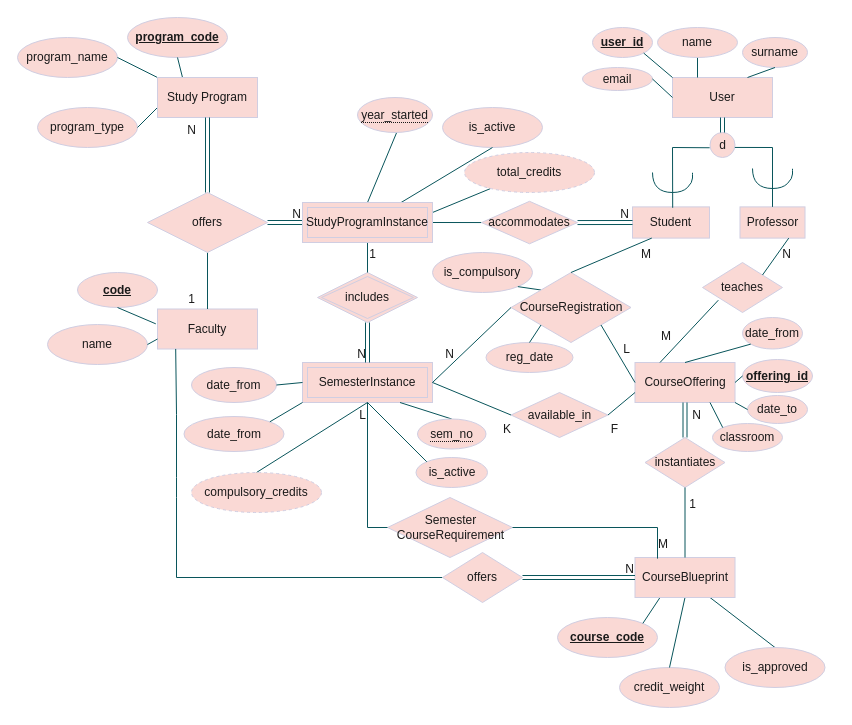
This is DBschema.drawio from dmitru4ok/course-management, a draw.io file, before an edit. Source tidied: cells renumbered, new cells numbered last; positions are measured from the earlier drawing's top-left corner, leaving out a move shared by most shapes. Both pictures are drawn from the tidied source at 100%, with x=0, y=0 at pixel (17, 17).
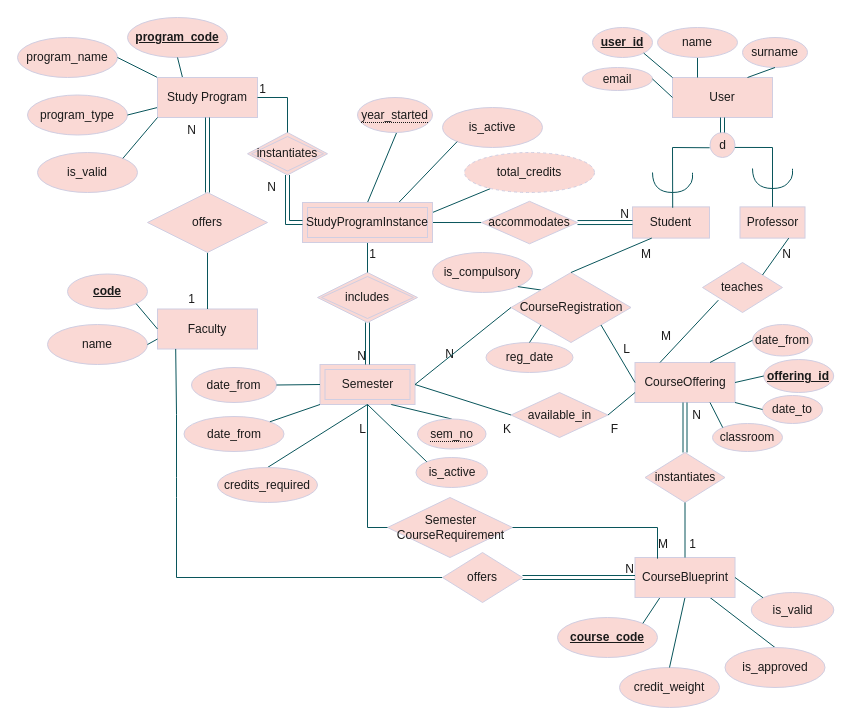
The same diagram, later.

The change refers to these unchanged cells:
```xml
<mxCell id="2" value="Faculty" style="whiteSpace=wrap;html=1;align=center;labelBackgroundColor=none;fillColor=#FAD9D5;strokeColor=#D0CEE2;fontColor=#1A1A1A;" parent="1" vertex="1">
  <mxGeometry x="140" y="291.5" width="100" height="40" as="geometry" />
</mxCell>
<mxCell id="9" value="offers" style="shape=rhombus;perimeter=rhombusPerimeter;whiteSpace=wrap;html=1;align=center;labelBackgroundColor=none;fillColor=#FAD9D5;strokeColor=#D0CEE2;fontColor=#1A1A1A;" parent="1" vertex="1">
  <mxGeometry x="130" y="175" width="120" height="60" as="geometry" />
</mxCell>
<mxCell id="16" value="CourseOffering" style="whiteSpace=wrap;html=1;align=center;labelBackgroundColor=none;fillColor=#FAD9D5;strokeColor=#D0CEE2;fontColor=#1A1A1A;" parent="1" vertex="1">
  <mxGeometry x="617.5" y="345" width="100" height="40" as="geometry" />
</mxCell>
<mxCell id="42" value="is_active" style="ellipse;whiteSpace=wrap;html=1;align=center;labelBackgroundColor=none;fillColor=#FAD9D5;strokeColor=#D0CEE2;fontColor=#1A1A1A;" parent="1" vertex="1">
  <mxGeometry x="425" y="90" width="100" height="40" as="geometry" />
</mxCell>
<mxCell id="55" value="CourseBlueprint" style="whiteSpace=wrap;html=1;align=center;labelBackgroundColor=none;fillColor=#FAD9D5;strokeColor=#D0CEE2;fontColor=#1A1A1A;" parent="1" vertex="1">
  <mxGeometry x="617.5" y="540" width="100" height="40" as="geometry" />
</mxCell>
<mxCell id="107" value="Study Program" style="whiteSpace=wrap;html=1;align=center;labelBackgroundColor=none;fillColor=#FAD9D5;strokeColor=#D0CEE2;fontColor=#1A1A1A;" parent="1" vertex="1">
  <mxGeometry x="140" y="60" width="100" height="40" as="geometry" />
</mxCell>
<mxCell id="110" value="StudyProgramInstance" style="shape=ext;margin=3;double=1;whiteSpace=wrap;html=1;align=center;labelBackgroundColor=none;fillColor=#FAD9D5;strokeColor=#D0CEE2;fontColor=#1A1A1A;" parent="1" vertex="1">
  <mxGeometry x="285" y="185" width="130" height="40" as="geometry" />
</mxCell>
```

The edit, as a diff of the source:
```diff
@@
     <mxCell id="3" value="&lt;b&gt;code&lt;/b&gt;" style="ellipse;whiteSpace=wrap;html=1;align=center;fontStyle=4;labelBackgroundColor=none;fillColor=#FAD9D5;strokeColor=#D0CEE2;fontColor=#1A1A1A;" parent="1" vertex="1">
-      <mxGeometry x="60" y="255" width="80" height="35" as="geometry" />
+      <mxGeometry x="50" y="256.5" width="80" height="35" as="geometry" />
     </mxCell>
-    <mxCell id="4" style="endArrow=none;html=1;rounded=0;exitX=0.5;exitY=1;exitDx=0;exitDy=0;labelBackgroundColor=none;fontColor=default;strokeColor=#09555B;entryX=-0.017;entryY=0.371;entryDx=0;entryDy=0;entryPerimeter=0;" parent="1" edge="1" source="3" target="2">
+    <mxCell id="4" style="endArrow=none;html=1;rounded=0;exitX=1;exitY=1;exitDx=0;exitDy=0;labelBackgroundColor=none;fontColor=default;strokeColor=#09555B;entryX=0;entryY=0.5;entryDx=0;entryDy=0;" parent="1" edge="1" source="3" target="2">
       <mxGeometry relative="1" as="geometry" />
     </mxCell>
-    <mxCell id="5" style="shape=link;html=1;rounded=0;exitX=1;exitY=0.5;exitDx=0;exitDy=0;entryX=0;entryY=0.5;entryDx=0;entryDy=0;labelBackgroundColor=none;fontColor=default;strokeColor=#09555B;" parent="1" edge="1" source="9" target="110">
-      <mxGeometry relative="1" as="geometry" />
-    </mxCell>
-    <mxCell id="6" value="N" style="html=1;whiteSpace=wrap;align=right;verticalAlign=bottom;labelBackgroundColor=none;fillColor=#FAD9D5;strokeColor=#D0CEE2;fontColor=#1A1A1A;" parent="5" vertex="1">
-      <mxGeometry x="1" relative="1" as="geometry" />
-    </mxCell>
@@
-    <mxCell id="10" value="SemesterInstance" style="shape=ext;margin=3;double=1;whiteSpace=wrap;html=1;align=center;labelBackgroundColor=none;fillColor=#FAD9D5;strokeColor=#D0CEE2;fontColor=#1A1A1A;" parent="1" vertex="1">
-      <mxGeometry x="285" y="345" width="130" height="40" as="geometry" />
+    <mxCell id="10" value="Semester" style="shape=ext;margin=3;double=1;whiteSpace=wrap;html=1;align=center;labelBackgroundColor=none;fillColor=#FAD9D5;strokeColor=#D0CEE2;fontColor=#1A1A1A;" parent="1" vertex="1">
+      <mxGeometry x="302.5" y="347" width="95" height="40" as="geometry" />
     </mxCell>
@@
-    <mxCell id="21" style="endArrow=none;html=1;rounded=0;exitX=0.5;exitY=0;exitDx=0;exitDy=0;entryX=0.5;entryY=1;entryDx=0;entryDy=0;labelBackgroundColor=none;fontColor=default;strokeColor=#09555B;" parent="1" edge="1" source="24" target="10">
+    <mxCell id="21" style="endArrow=none;html=1;rounded=0;exitX=0.5;exitY=0;exitDx=0;exitDy=0;entryX=0.5;entryY=1;entryDx=0;entryDy=0;labelBackgroundColor=none;fontColor=default;strokeColor=#09555B;" parent="1" edge="1" source="121" target="10">
       <mxGeometry relative="1" as="geometry" />
     </mxCell>
@@
-    <mxCell id="24" value="compulsory_credits" style="ellipse;whiteSpace=wrap;html=1;align=center;dashed=1;labelBackgroundColor=none;fillColor=#FAD9D5;strokeColor=#D0CEE2;fontColor=#1A1A1A;" parent="1" vertex="1">
-      <mxGeometry x="174" y="455" width="130" height="40" as="geometry" />
-    </mxCell>
@@
-    <mxCell id="43" style="endArrow=none;html=1;rounded=0;exitX=0.5;exitY=1;exitDx=0;exitDy=0;entryX=0.716;entryY=0.083;entryDx=0;entryDy=0;labelBackgroundColor=none;fontColor=default;strokeColor=#09555B;entryPerimeter=0;" parent="1" edge="1" source="42" target="110">
+    <mxCell id="43" style="endArrow=none;html=1;rounded=0;exitX=0;exitY=1;exitDx=0;exitDy=0;entryX=0.716;entryY=0.083;entryDx=0;entryDy=0;labelBackgroundColor=none;fontColor=default;strokeColor=#09555B;entryPerimeter=0;" parent="1" edge="1" source="42" target="110">
       <mxGeometry relative="1" as="geometry" />
     </mxCell>
@@
     <mxCell id="59" value="instantiates" style="shape=rhombus;perimeter=rhombusPerimeter;whiteSpace=wrap;html=1;align=center;labelBackgroundColor=none;fillColor=#FAD9D5;strokeColor=#D0CEE2;fontColor=#1A1A1A;" parent="1" vertex="1">
-      <mxGeometry x="627.5" y="420" width="80" height="50" as="geometry" />
+      <mxGeometry x="627.5" y="435" width="80" height="50" as="geometry" />
     </mxCell>
@@
     <mxCell id="68" value="1" style="html=1;whiteSpace=wrap;align=right;verticalAlign=bottom;labelBackgroundColor=none;fillColor=#FAD9D5;strokeColor=#D0CEE2;fontColor=#1A1A1A;" parent="1" vertex="1">
-      <mxGeometry x="680" y="495" as="geometry" />
+      <mxGeometry x="680" y="535" as="geometry" />
     </mxCell>
     <mxCell id="69" value="date_from" style="ellipse;whiteSpace=wrap;html=1;align=center;labelBackgroundColor=none;fillColor=#FAD9D5;strokeColor=#D0CEE2;fontColor=#1A1A1A;" parent="1" vertex="1">
-      <mxGeometry x="725" y="300" width="60" height="31.5" as="geometry" />
+      <mxGeometry x="735" y="307" width="60" height="31.5" as="geometry" />
     </mxCell>
     <mxCell id="70" value="date_to" style="ellipse;whiteSpace=wrap;html=1;align=center;labelBackgroundColor=none;fillColor=#FAD9D5;strokeColor=#D0CEE2;fontColor=#1A1A1A;" parent="1" vertex="1">
-      <mxGeometry x="730" y="378" width="60" height="28" as="geometry" />
+      <mxGeometry x="745" y="378" width="60" height="28" as="geometry" />
     </mxCell>
@@
-    <mxCell id="72" style="endArrow=none;html=1;rounded=0;exitX=0;exitY=1;exitDx=0;exitDy=0;entryX=0.5;entryY=0;entryDx=0;entryDy=0;labelBackgroundColor=none;fontColor=default;strokeColor=#09555B;" parent="1" edge="1" source="69" target="16">
+    <mxCell id="72" style="endArrow=none;html=1;rounded=0;exitX=0;exitY=0.5;exitDx=0;exitDy=0;entryX=0.75;entryY=0;entryDx=0;entryDy=0;labelBackgroundColor=none;fontColor=default;strokeColor=#09555B;" parent="1" edge="1" source="69" target="16">
       <mxGeometry relative="1" as="geometry" />
     </mxCell>
@@
     <mxCell id="75" value="&lt;b&gt;offering_id&lt;/b&gt;" style="ellipse;whiteSpace=wrap;html=1;align=center;fontStyle=4;labelBackgroundColor=none;fillColor=#FAD9D5;strokeColor=#D0CEE2;fontColor=#1A1A1A;" parent="1" vertex="1">
-      <mxGeometry x="725" y="342" width="70" height="33" as="geometry" />
+      <mxGeometry x="746.2" y="342" width="70" height="33" as="geometry" />
     </mxCell>
@@
     <mxCell id="90" value="program_type" style="ellipse;whiteSpace=wrap;html=1;align=center;labelBackgroundColor=none;fillColor=#FAD9D5;strokeColor=#D0CEE2;fontColor=#1A1A1A;" parent="1" vertex="1">
-      <mxGeometry x="20" y="90" width="100" height="40" as="geometry" />
+      <mxGeometry x="10" y="77.5" width="100" height="40" as="geometry" />
     </mxCell>
@@
     <mxCell id="116" value="L" style="html=1;whiteSpace=wrap;align=right;verticalAlign=bottom;labelBackgroundColor=none;fillColor=#FAD9D5;strokeColor=#D0CEE2;fontColor=#1A1A1A;" parent="1" vertex="1">
-      <mxGeometry x="350" y="406" as="geometry" />
+      <mxGeometry x="350" y="420" as="geometry" />
     </mxCell>
+    <mxCell id="117" value="instantiates" style="shape=rhombus;double=1;perimeter=rhombusPerimeter;whiteSpace=wrap;html=1;align=center;labelBackgroundColor=none;fillColor=#FAD9D5;strokeColor=#D0CEE2;fontColor=#1A1A1A;" parent="1" vertex="1">
+      <mxGeometry x="230" y="115" width="80" height="42.5" as="geometry" />
+    </mxCell>
+    <mxCell id="118" style="endArrow=none;html=1;rounded=0;entryX=0.5;entryY=0;entryDx=0;entryDy=0;exitX=1;exitY=0.5;exitDx=0;exitDy=0;labelBackgroundColor=none;fontColor=default;strokeColor=#09555B;" parent="1" edge="1" source="107" target="117">
+      <mxGeometry relative="1" as="geometry">
+        <Array as="points">
+          <mxPoint x="270" y="80" />
+        </Array>
+      </mxGeometry>
+    </mxCell>
+    <mxCell id="119" style="shape=link;html=1;rounded=0;exitX=0;exitY=0.5;exitDx=0;exitDy=0;entryX=0.5;entryY=1;entryDx=0;entryDy=0;labelBackgroundColor=none;fontColor=default;strokeColor=#09555B;" parent="1" edge="1" source="110" target="117">
+      <mxGeometry relative="1" as="geometry">
+        <Array as="points">
+          <mxPoint x="270" y="205" />
+        </Array>
+      </mxGeometry>
+    </mxCell>
+    <mxCell id="6" value="N" style="html=1;whiteSpace=wrap;align=right;verticalAlign=bottom;labelBackgroundColor=none;fillColor=#FAD9D5;strokeColor=#D0CEE2;fontColor=#1A1A1A;" parent="119" vertex="1">
+      <mxGeometry x="1" relative="1" as="geometry">
+        <mxPoint x="-10" y="21" as="offset" />
+      </mxGeometry>
+    </mxCell>
+    <mxCell id="120" value="1" style="html=1;whiteSpace=wrap;align=right;verticalAlign=bottom;labelBackgroundColor=none;fillColor=#FAD9D5;strokeColor=#D0CEE2;fontColor=#1A1A1A;" parent="1" vertex="1">
+      <mxGeometry x="250" y="80" as="geometry" />
+    </mxCell>
+    <mxCell id="121" value="credits_required" style="ellipse;whiteSpace=wrap;html=1;align=center;labelBackgroundColor=none;fillColor=#FAD9D5;strokeColor=#D0CEE2;fontColor=#1A1A1A;" parent="1" vertex="1">
+      <mxGeometry x="200" y="450" width="100" height="35" as="geometry" />
+    </mxCell>
+    <mxCell id="122" value="is_valid" style="ellipse;whiteSpace=wrap;html=1;align=center;labelBackgroundColor=none;fillColor=#FAD9D5;strokeColor=#D0CEE2;fontColor=#1A1A1A;" parent="1" vertex="1">
+      <mxGeometry x="733.8" y="575" width="82.5" height="35" as="geometry" />
+    </mxCell>
+    <mxCell id="123" style="endArrow=none;html=1;rounded=0;exitX=0;exitY=0;exitDx=0;exitDy=0;entryX=1;entryY=0.5;entryDx=0;entryDy=0;labelBackgroundColor=none;fontColor=default;strokeColor=#09555B;" parent="1" edge="1" source="122" target="55">
+      <mxGeometry relative="1" as="geometry" />
+    </mxCell>
+    <mxCell id="124" value="is_valid" style="ellipse;whiteSpace=wrap;html=1;align=center;labelBackgroundColor=none;fillColor=#FAD9D5;strokeColor=#D0CEE2;fontColor=#1A1A1A;" parent="1" vertex="1">
+      <mxGeometry x="20" y="135" width="100" height="40" as="geometry" />
+    </mxCell>
+    <mxCell id="125" style="endArrow=none;html=1;rounded=0;exitX=1;exitY=0;exitDx=0;exitDy=0;entryX=0;entryY=1;entryDx=0;entryDy=0;labelBackgroundColor=none;fontColor=default;strokeColor=#09555B;" parent="1" edge="1" source="124" target="107">
+      <mxGeometry relative="1" as="geometry" />
+    </mxCell>
```
